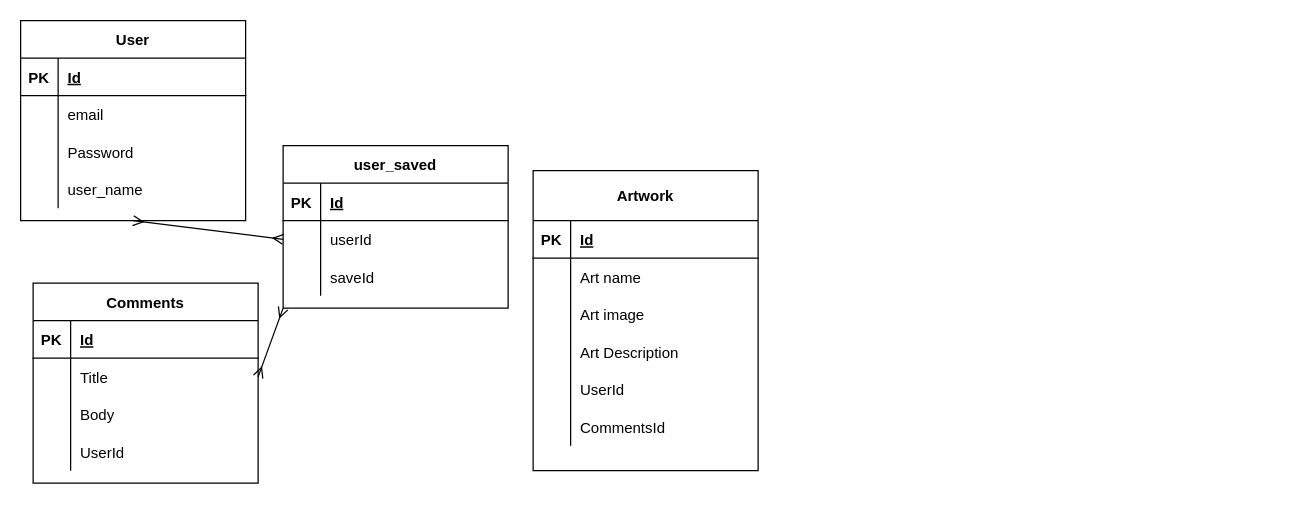
Before: ERD.drawio in Agrate0718/Art-api, a draw.io diagram. Source tidied: cells renumbered, new cells numbered last; positions are measured from the earlier drawing's top-left corner, leaving out a move shared by most shapes. Both pictures are drawn from the tidied source at 125%, with x=0, y=0 at pixel (20, 20).
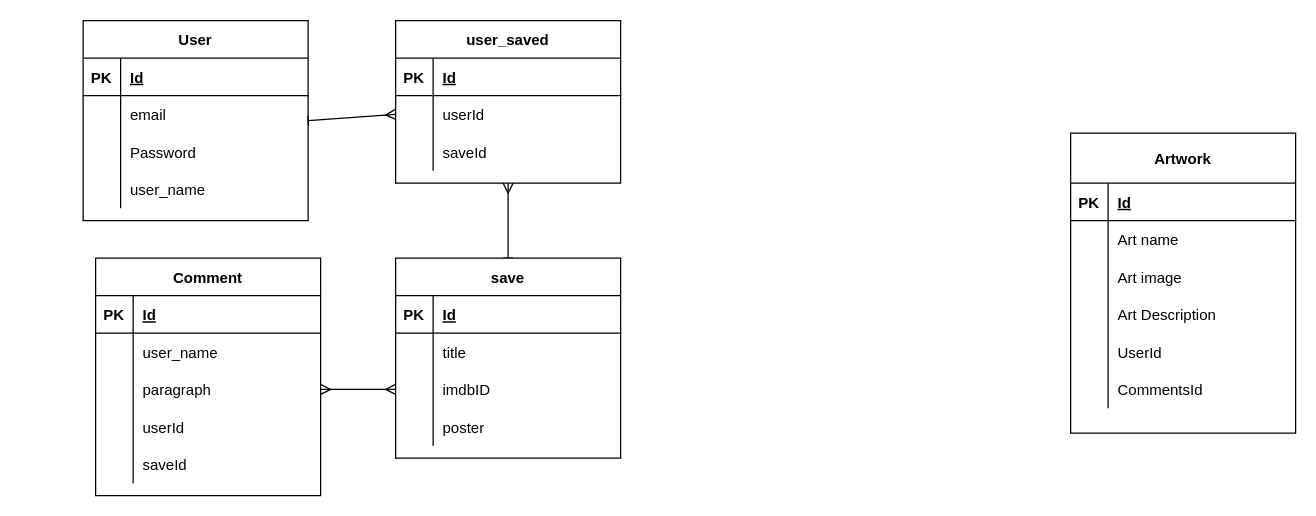
The same page after the edit.

The change refers to these unchanged cells:
```xml
<mxCell id="39" style="shape=partialRectangle;fillColor=none;top=0;left=0;bottom=0;right=0;points=[[0,0.5],[1,0.5]];portConstraint=eastwest;" parent="35" vertex="1">
  <mxGeometry y="60" width="180" height="30" as="geometry" />
</mxCell>
<mxCell id="42" style="shape=partialRectangle;fillColor=none;top=0;left=0;bottom=0;right=0;points=[[0,0.5],[1,0.5]];portConstraint=eastwest;" parent="35" vertex="1">
  <mxGeometry y="90" width="180" height="30" as="geometry" />
</mxCell>
<mxCell id="45" style="shape=partialRectangle;fillColor=none;top=0;left=0;bottom=0;right=0;" parent="35" vertex="1">
  <mxGeometry y="120" width="180" height="30" as="geometry" />
</mxCell>
<mxCell id="53" style="shape=partialRectangle;fillColor=none;top=0;left=0;bottom=0;right=0;points=[[0,0.5],[1,0.5]];portConstraint=eastwest;" parent="49" vertex="1">
  <mxGeometry y="60" width="180" height="30" as="geometry" />
</mxCell>
```

Diff of the diagram source:
```diff
@@
     <mxCell id="2" value="User" style="shape=table;startSize=30;childLayout=tableLayout;rowLines=0;fontStyle=1;align=center;" parent="1" vertex="1">
-      <mxGeometry width="180" height="160" as="geometry" />
+      <mxGeometry x="50" width="180" height="160" as="geometry" />
     </mxCell>
@@
     <mxCell id="15" value="Artwork" style="shape=table;startSize=40;childLayout=tableLayout;rowLines=0;fontStyle=1;align=center;" parent="1" vertex="1">
-      <mxGeometry x="410" y="120" width="180" height="240" as="geometry" />
+      <mxGeometry x="840" y="90" width="180" height="240" as="geometry" />
     </mxCell>
@@
-    <mxCell id="34" style="edgeStyle=none;html=1;exitX=0;exitY=0.5;exitDx=0;exitDy=0;entryX=0.5;entryY=1;entryDx=0;entryDy=0;endArrow=ERmany;endFill=0;startArrow=ERmany;startFill=0;" parent="1" edge="1" source="53" target="2">
+    <mxCell id="34" style="edgeStyle=none;html=1;exitX=0;exitY=0.5;exitDx=0;exitDy=0;entryX=1;entryY=0.5;entryDx=0;entryDy=0;endArrow=baseDash;endFill=0;startArrow=ERmany;startFill=0;" parent="1" edge="1" source="53" target="2">
       <mxGeometry relative="1" as="geometry" />
     </mxCell>
-    <mxCell id="35" value="Comments" style="shape=table;startSize=30;childLayout=tableLayout;rowLines=0;fontStyle=1;align=center;" parent="1" vertex="1">
-      <mxGeometry x="10" y="210" width="180" height="160" as="geometry" />
+    <mxCell id="35" value="Comment" style="shape=table;startSize=30;childLayout=tableLayout;rowLines=0;fontStyle=1;align=center;" parent="1" vertex="1">
+      <mxGeometry x="60" y="190" width="180" height="190" as="geometry" />
     </mxCell>
@@
-    <mxCell id="41" value="Title" style="shape=partialRectangle;fillColor=none;top=0;left=0;bottom=0;right=0;align=left;spacingLeft=6;overflow=hidden;" parent="39" vertex="1">
+    <mxCell id="41" value="user_name" style="shape=partialRectangle;fillColor=none;top=0;left=0;bottom=0;right=0;align=left;spacingLeft=6;overflow=hidden;" parent="39" vertex="1">
       <mxGeometry x="30" width="150" height="30" as="geometry" />
     </mxCell>
@@
-    <mxCell id="44" value="Body" style="shape=partialRectangle;fillColor=none;top=0;left=0;bottom=0;right=0;align=left;spacingLeft=6;overflow=hidden;" parent="42" vertex="1">
+    <mxCell id="44" value="paragraph" style="shape=partialRectangle;fillColor=none;top=0;left=0;bottom=0;right=0;align=left;spacingLeft=6;overflow=hidden;" parent="42" vertex="1">
       <mxGeometry x="30" width="150" height="30" as="geometry" />
     </mxCell>
@@
-    <mxCell id="47" value="UserId" style="shape=partialRectangle;fillColor=none;top=0;left=0;bottom=0;right=0;align=left;spacingLeft=6;overflow=hidden;" parent="45" vertex="1">
+    <mxCell id="47" value="userId" style="shape=partialRectangle;fillColor=none;top=0;left=0;bottom=0;right=0;align=left;spacingLeft=6;overflow=hidden;" parent="45" vertex="1">
       <mxGeometry x="30" width="150" height="30" as="geometry" />
     </mxCell>
-    <mxCell id="48" style="edgeStyle=none;html=1;exitX=1;exitY=0.5;exitDx=0;exitDy=0;entryX=0;entryY=1;entryDx=0;entryDy=0;endArrow=ERmany;endFill=0;startArrow=ERmany;startFill=0;" parent="1" edge="1" source="39" target="49">
-      <mxGeometry relative="1" as="geometry" />
-    </mxCell>
+    <mxCell id="59" style="shape=partialRectangle;fillColor=none;top=0;left=0;bottom=0;right=0;" parent="35" vertex="1">
+      <mxGeometry y="150" width="180" height="30" as="geometry" />
+    </mxCell>
+    <mxCell id="60" style="shape=partialRectangle;fillColor=none;top=0;left=0;bottom=0;right=0;overflow=hidden;" parent="59" vertex="1">
+      <mxGeometry width="30" height="30" as="geometry" />
+    </mxCell>
+    <mxCell id="61" value="saveId" style="shape=partialRectangle;fillColor=none;top=0;left=0;bottom=0;right=0;align=left;spacingLeft=6;overflow=hidden;" parent="59" vertex="1">
+      <mxGeometry x="30" width="150" height="30" as="geometry" />
+    </mxCell>
     <mxCell id="49" value="user_saved" style="shape=table;startSize=30;childLayout=tableLayout;rowLines=0;fontStyle=1;align=center;" parent="1" vertex="1">
-      <mxGeometry x="210" y="100" width="180" height="130" as="geometry" />
+      <mxGeometry x="300" width="180" height="130" as="geometry" />
     </mxCell>
@@
+    <mxCell id="62" style="edgeStyle=none;html=1;exitX=0.5;exitY=0;exitDx=0;exitDy=0;entryX=0.5;entryY=1;entryDx=0;entryDy=0;startArrow=baseDash;startFill=0;endArrow=ERmany;endFill=0;" parent="1" edge="1" source="63" target="49">
+      <mxGeometry relative="1" as="geometry" />
+    </mxCell>
+    <mxCell id="63" value="save" style="shape=table;startSize=30;childLayout=tableLayout;rowLines=0;fontStyle=1;align=center;" parent="1" vertex="1">
+      <mxGeometry x="300" y="190" width="180" height="160" as="geometry" />
+    </mxCell>
+    <mxCell id="64" style="shape=partialRectangle;fillColor=none;top=0;left=0;bottom=1;right=0;" parent="63" vertex="1">
+      <mxGeometry y="30" width="180" height="30" as="geometry" />
+    </mxCell>
+    <mxCell id="65" value="PK" style="shape=partialRectangle;fillColor=none;top=0;left=0;bottom=0;right=0;fontStyle=1;overflow=hidden;" parent="64" vertex="1">
+      <mxGeometry width="30" height="30" as="geometry" />
+    </mxCell>
+    <mxCell id="66" value="Id" style="shape=partialRectangle;fillColor=none;top=0;left=0;bottom=0;right=0;align=left;spacingLeft=6;fontStyle=5;overflow=hidden;" parent="64" vertex="1">
+      <mxGeometry x="30" width="150" height="30" as="geometry" />
+    </mxCell>
+    <mxCell id="67" style="shape=partialRectangle;fillColor=none;top=0;left=0;bottom=0;right=0;" parent="63" vertex="1">
+      <mxGeometry y="60" width="180" height="30" as="geometry" />
+    </mxCell>
+    <mxCell id="68" style="shape=partialRectangle;fillColor=none;top=0;left=0;bottom=0;right=0;overflow=hidden;" parent="67" vertex="1">
+      <mxGeometry width="30" height="30" as="geometry" />
+    </mxCell>
+    <mxCell id="69" value="title" style="shape=partialRectangle;fillColor=none;top=0;left=0;bottom=0;right=0;align=left;spacingLeft=6;overflow=hidden;" parent="67" vertex="1">
+      <mxGeometry x="30" width="150" height="30" as="geometry" />
+    </mxCell>
+    <mxCell id="70" style="shape=partialRectangle;fillColor=none;top=0;left=0;bottom=0;right=0;points=[[0,0.5],[1,0.5]];portConstraint=eastwest;" parent="63" vertex="1">
+      <mxGeometry y="90" width="180" height="30" as="geometry" />
+    </mxCell>
+    <mxCell id="71" style="shape=partialRectangle;fillColor=none;top=0;left=0;bottom=0;right=0;overflow=hidden;" parent="70" vertex="1">
+      <mxGeometry width="30" height="30" as="geometry" />
+    </mxCell>
+    <mxCell id="72" value="imdbID" style="shape=partialRectangle;fillColor=none;top=0;left=0;bottom=0;right=0;align=left;spacingLeft=6;overflow=hidden;" parent="70" vertex="1">
+      <mxGeometry x="30" width="150" height="30" as="geometry" />
+    </mxCell>
+    <mxCell id="73" style="shape=partialRectangle;fillColor=none;top=0;left=0;bottom=0;right=0;" parent="63" vertex="1">
+      <mxGeometry y="120" width="180" height="30" as="geometry" />
+    </mxCell>
+    <mxCell id="74" style="shape=partialRectangle;fillColor=none;top=0;left=0;bottom=0;right=0;overflow=hidden;" parent="73" vertex="1">
+      <mxGeometry width="30" height="30" as="geometry" />
+    </mxCell>
+    <mxCell id="75" value="poster" style="shape=partialRectangle;fillColor=none;top=0;left=0;bottom=0;right=0;align=left;spacingLeft=6;overflow=hidden;" parent="73" vertex="1">
+      <mxGeometry x="30" width="150" height="30" as="geometry" />
+    </mxCell>
+    <mxCell id="76" style="edgeStyle=none;html=1;exitX=1;exitY=0.5;exitDx=0;exitDy=0;entryX=0;entryY=0.5;entryDx=0;entryDy=0;startArrow=ERmany;startFill=0;endArrow=ERmany;endFill=0;" parent="1" edge="1" source="42" target="70">
+      <mxGeometry relative="1" as="geometry" />
+    </mxCell>
```
